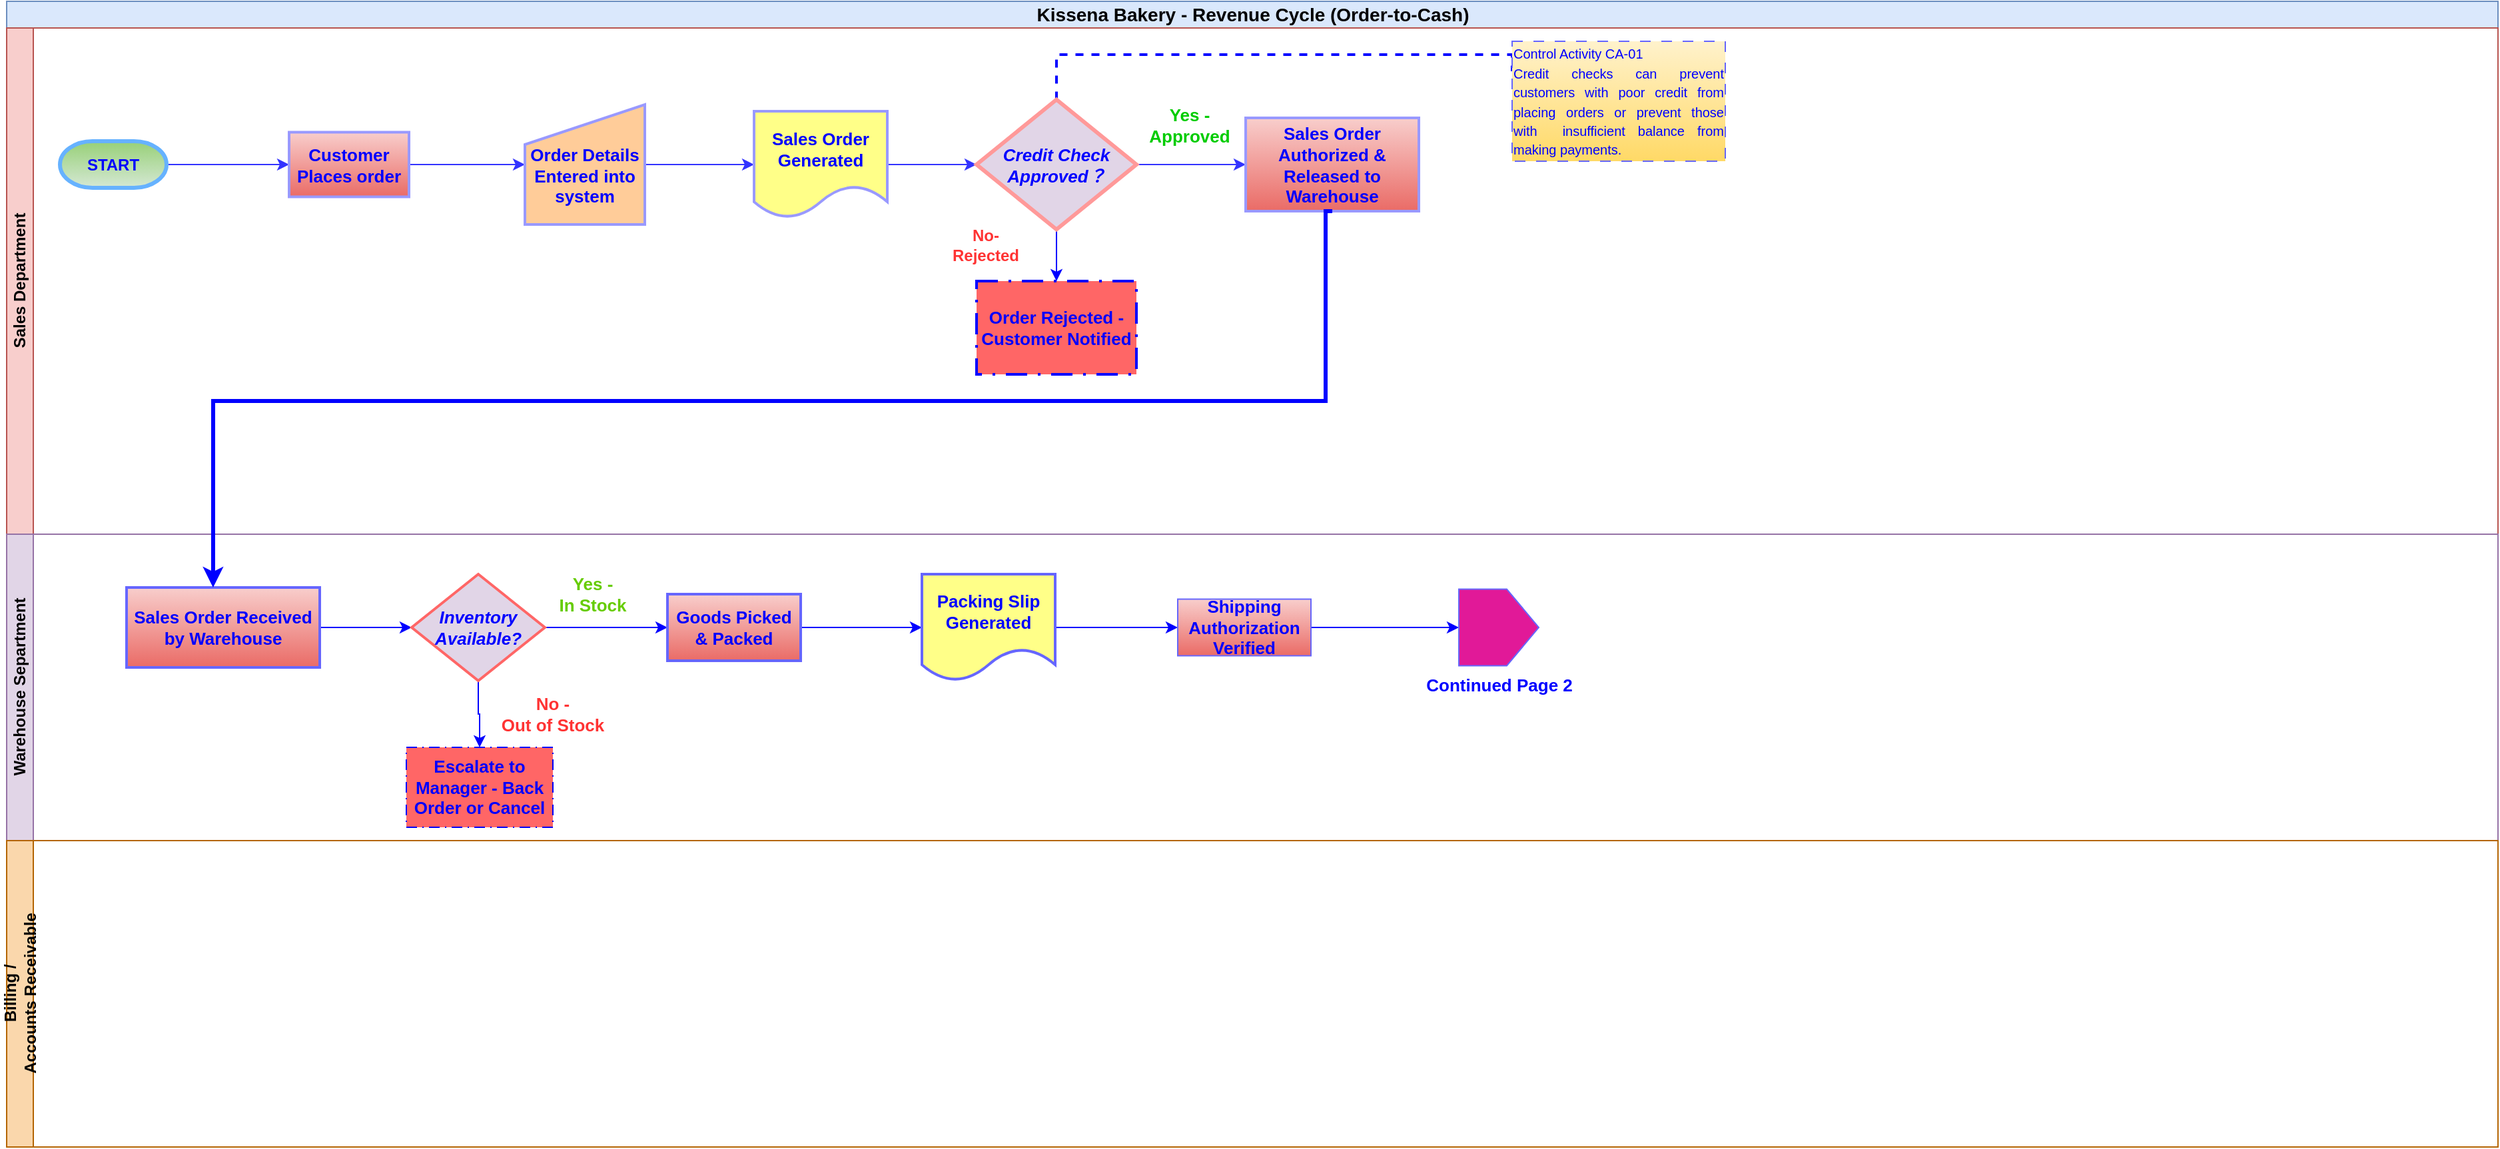
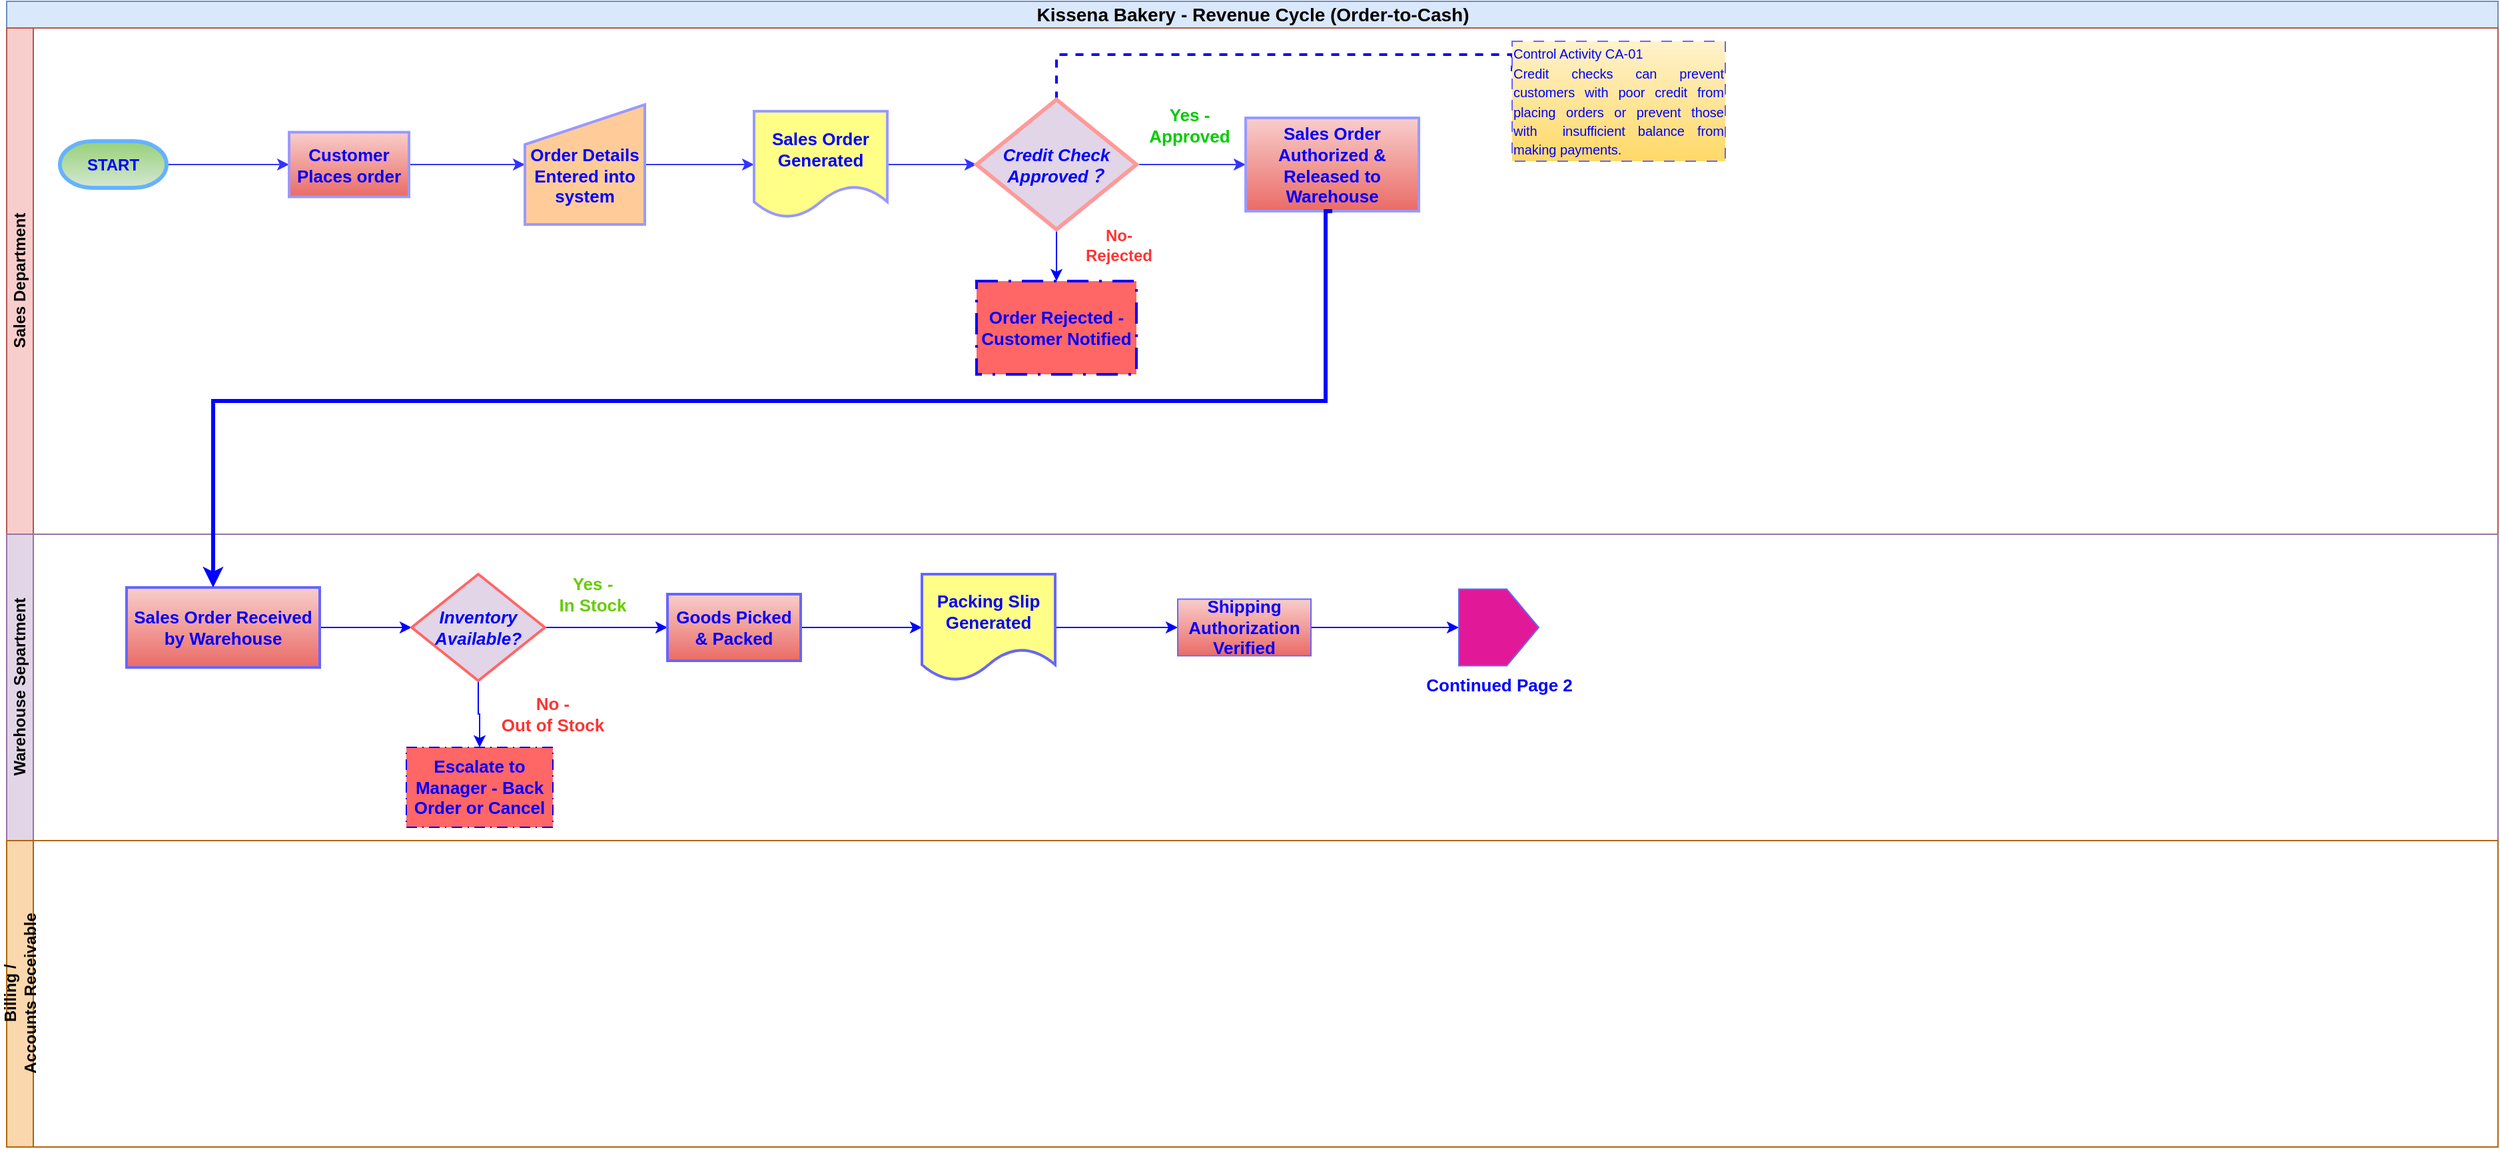
<mxfile host="app.diagrams.net" agent="Mozilla/5.0 (Windows NT 10.0; Win64; x64) AppleWebKit/537.36 (KHTML, like Gecko) Chrome/145.0.0.0 Safari/537.36" version="29.6.3" pages="2">
  <diagram name="Page-1" id="klMabU_GDppZGB9yFFRy">
    <mxGraphModel dx="1161" dy="726" grid="1" gridSize="10" guides="1" tooltips="1" connect="1" arrows="1" fold="1" page="1" pageScale="1" pageWidth="1100" pageHeight="850" math="0" shadow="0">
      <root>
        <mxCell id="0" />
        <mxCell id="1" parent="0" />
        <mxCell id="0vQu63eh7_hz7IOFjZfk-1" parent="1" style="swimlane;childLayout=stackLayout;resizeParent=1;resizeParentMax=0;horizontal=1;startSize=20;horizontalStack=0;html=1;fillColor=#dae8fc;strokeColor=#6c8ebf;" value="&lt;div style=&quot;text-align: start;&quot;&gt;&lt;font style=&quot;font-size: 14px;&quot;&gt;Kissena Bakery - Revenue Cycle (Order-to-Cash)&lt;/font&gt;&lt;/div&gt;" vertex="1">
          <mxGeometry height="20" width="1870" x="80" y="30" as="geometry" />
        </mxCell>
        <mxCell id="0vQu63eh7_hz7IOFjZfk-2" parent="1" style="swimlane;startSize=20;horizontal=0;html=1;fillColor=#f8cecc;strokeColor=#b85450;" value="Sales Department" vertex="1">
          <mxGeometry height="380" width="1870" x="80" y="50" as="geometry">
            <mxRectangle height="30" width="610" y="20" as="alternateBounds" />
          </mxGeometry>
        </mxCell>
        <mxCell id="0vQu63eh7_hz7IOFjZfk-43" edge="1" parent="0vQu63eh7_hz7IOFjZfk-2" source="0vQu63eh7_hz7IOFjZfk-10" style="edgeStyle=orthogonalEdgeStyle;rounded=0;orthogonalLoop=1;jettySize=auto;html=1;exitX=0;exitY=0.5;exitDx=0;exitDy=0;exitPerimeter=0;entryX=0;entryY=0.5;entryDx=0;entryDy=0;strokeColor=#3333FF;" target="0vQu63eh7_hz7IOFjZfk-15">
          <mxGeometry relative="1" as="geometry" />
        </mxCell>
        <mxCell id="0vQu63eh7_hz7IOFjZfk-10" parent="0vQu63eh7_hz7IOFjZfk-2" style="strokeWidth=3;html=1;shape=mxgraph.flowchart.terminator;whiteSpace=wrap;direction=west;fillColor=#d5e8d4;gradientColor=#97d077;strokeColor=#66B2FF;" value="&lt;b&gt;&lt;font style=&quot;color: rgb(0, 0, 255);&quot;&gt;START&lt;/font&gt;&lt;/b&gt;" vertex="1">
          <mxGeometry height="35" width="80" x="40" y="85" as="geometry" />
        </mxCell>
        <mxCell id="46-Umk2mzS9Czotzx1H9-2" edge="1" parent="0vQu63eh7_hz7IOFjZfk-2" source="0vQu63eh7_hz7IOFjZfk-15" style="edgeStyle=orthogonalEdgeStyle;rounded=0;orthogonalLoop=1;jettySize=auto;html=1;exitX=1;exitY=0.5;exitDx=0;exitDy=0;entryX=0;entryY=0.5;entryDx=0;entryDy=0;strokeColor=#3333FF;" target="0vQu63eh7_hz7IOFjZfk-20">
          <mxGeometry relative="1" as="geometry" />
        </mxCell>
        <mxCell id="0vQu63eh7_hz7IOFjZfk-15" parent="0vQu63eh7_hz7IOFjZfk-2" style="html=1;dashed=0;whiteSpace=wrap;strokeWidth=2;fillColor=#f8cecc;strokeColor=#9999FF;gradientColor=#ea6b66;" value="&lt;font style=&quot;font-size: 13px; color: rgb(0, 0, 255);&quot;&gt;&lt;b style=&quot;&quot;&gt;Customer Places order&lt;/b&gt;&lt;/font&gt;" vertex="1">
          <mxGeometry height="48.5" width="90" x="212" y="78.25" as="geometry" />
        </mxCell>
        <mxCell id="46-Umk2mzS9Czotzx1H9-3" edge="1" parent="0vQu63eh7_hz7IOFjZfk-2" source="0vQu63eh7_hz7IOFjZfk-20" style="edgeStyle=orthogonalEdgeStyle;rounded=0;orthogonalLoop=1;jettySize=auto;html=1;exitX=1;exitY=0.5;exitDx=0;exitDy=0;entryX=0;entryY=0.5;entryDx=0;entryDy=0;strokeColor=#3333FF;" target="0vQu63eh7_hz7IOFjZfk-30">
          <mxGeometry relative="1" as="geometry" />
        </mxCell>
        <mxCell id="0vQu63eh7_hz7IOFjZfk-20" parent="0vQu63eh7_hz7IOFjZfk-2" style="shape=manualInput;whiteSpace=wrap;html=1;align=center;fillColor=#ffcc99;strokeColor=#9999FF;strokeWidth=2;" value="&lt;div style=&quot;&quot;&gt;&lt;span style=&quot;background-color: transparent;&quot;&gt;&lt;b style=&quot;&quot;&gt;&lt;font style=&quot;font-size: 13px; color: rgb(0, 0, 255);&quot;&gt;&lt;br&gt;&lt;/font&gt;&lt;/b&gt;&lt;/span&gt;&lt;/div&gt;&lt;div style=&quot;&quot;&gt;&lt;span style=&quot;background-color: transparent;&quot;&gt;&lt;b style=&quot;&quot;&gt;&lt;font style=&quot;font-size: 13px; color: rgb(0, 0, 255);&quot;&gt;Order Details Entered into system&lt;/font&gt;&lt;/b&gt;&lt;/span&gt;&lt;/div&gt;" vertex="1">
          <mxGeometry height="90" width="90" x="389" y="57.5" as="geometry" />
        </mxCell>
        <mxCell id="0vQu63eh7_hz7IOFjZfk-35" edge="1" parent="0vQu63eh7_hz7IOFjZfk-2" style="edgeStyle=orthogonalEdgeStyle;rounded=0;orthogonalLoop=1;jettySize=auto;html=1;exitX=0;exitY=0.5;exitDx=0;exitDy=0;">
          <mxGeometry relative="1" as="geometry">
            <mxPoint x="410" y="105" as="sourcePoint" />
            <mxPoint x="410" y="105" as="targetPoint" />
          </mxGeometry>
        </mxCell>
        <mxCell id="46-Umk2mzS9Czotzx1H9-4" edge="1" parent="0vQu63eh7_hz7IOFjZfk-2" source="0vQu63eh7_hz7IOFjZfk-30" style="edgeStyle=orthogonalEdgeStyle;rounded=0;orthogonalLoop=1;jettySize=auto;html=1;exitX=1;exitY=0.5;exitDx=0;exitDy=0;entryX=0;entryY=0.5;entryDx=0;entryDy=0;strokeColor=#3333FF;" target="0vQu63eh7_hz7IOFjZfk-34">
          <mxGeometry relative="1" as="geometry" />
        </mxCell>
        <mxCell id="0vQu63eh7_hz7IOFjZfk-30" parent="0vQu63eh7_hz7IOFjZfk-2" style="shape=document;whiteSpace=wrap;html=1;boundedLbl=1;strokeWidth=2;fillColor=#ffff88;strokeColor=#9999FF;" value="&lt;font style=&quot;font-size: 13px; color: rgb(0, 0, 255);&quot;&gt;&lt;b&gt;Sales Order Generated&lt;/b&gt;&lt;/font&gt;" vertex="1">
          <mxGeometry height="80" width="100" x="561" y="62.5" as="geometry" />
        </mxCell>
        <mxCell id="pGH0SQg9JUakCyH8bkGQ-28" edge="1" parent="0vQu63eh7_hz7IOFjZfk-2" source="0vQu63eh7_hz7IOFjZfk-34" style="edgeStyle=orthogonalEdgeStyle;rounded=0;orthogonalLoop=1;jettySize=auto;html=1;exitX=0.5;exitY=0;exitDx=0;exitDy=0;entryX=0;entryY=0.25;entryDx=0;entryDy=0;endArrow=none;endFill=0;dashed=1;strokeWidth=2;strokeColor=#0000FF;" target="pGH0SQg9JUakCyH8bkGQ-23">
          <mxGeometry relative="1" as="geometry">
            <Array as="points">
              <mxPoint x="788" y="20" />
              <mxPoint x="1130" y="20" />
            </Array>
          </mxGeometry>
        </mxCell>
        <mxCell id="DywWvH4VDf4e1SjyT3sU-2" edge="1" parent="0vQu63eh7_hz7IOFjZfk-2" source="0vQu63eh7_hz7IOFjZfk-34" style="edgeStyle=orthogonalEdgeStyle;rounded=0;orthogonalLoop=1;jettySize=auto;html=1;exitX=0.5;exitY=1;exitDx=0;exitDy=0;entryX=0.5;entryY=0;entryDx=0;entryDy=0;strokeColor=#0000FF;" target="0vQu63eh7_hz7IOFjZfk-65">
          <mxGeometry relative="1" as="geometry" />
        </mxCell>
        <mxCell id="46-Umk2mzS9Czotzx1H9-5" edge="1" parent="0vQu63eh7_hz7IOFjZfk-2" source="0vQu63eh7_hz7IOFjZfk-34" style="edgeStyle=orthogonalEdgeStyle;rounded=0;orthogonalLoop=1;jettySize=auto;html=1;exitX=1;exitY=0.5;exitDx=0;exitDy=0;entryX=0;entryY=0.5;entryDx=0;entryDy=0;strokeColor=#3333FF;" target="0vQu63eh7_hz7IOFjZfk-67">
          <mxGeometry relative="1" as="geometry" />
        </mxCell>
        <mxCell id="0vQu63eh7_hz7IOFjZfk-34" parent="0vQu63eh7_hz7IOFjZfk-2" style="rhombus;whiteSpace=wrap;html=1;fillColor=#e1d5e7;strokeColor=#FF9999;strokeWidth=3;" value="&lt;font style=&quot;font-size: 13px; color: rgb(0, 0, 255);&quot;&gt;&lt;b&gt;&lt;i&gt;Credit Check Approved？&lt;/i&gt;&lt;/b&gt;&lt;/font&gt;" vertex="1">
          <mxGeometry height="97.5" width="120" x="728" y="53.75" as="geometry" />
        </mxCell>
        <mxCell id="0vQu63eh7_hz7IOFjZfk-60" parent="0vQu63eh7_hz7IOFjZfk-2" style="text;html=1;whiteSpace=wrap;strokeColor=none;fillColor=none;align=center;verticalAlign=middle;rounded=0;fontColor=#00CC00;" value="&lt;font style=&quot;font-size: 13px;&quot;&gt;&lt;b style=&quot;&quot;&gt;Yes - Approved&lt;/b&gt;&lt;/font&gt;" vertex="1">
          <mxGeometry height="30" width="80" x="848" y="57.5" as="geometry" />
        </mxCell>
        <mxCell id="0vQu63eh7_hz7IOFjZfk-65" parent="0vQu63eh7_hz7IOFjZfk-2" style="html=1;dashed=1;whiteSpace=wrap;strokeWidth=2;fillColor=light-dark(#FF6666,#FF3333);strokeColor=#0000FF;fontColor=#ffffff;fontStyle=1;dashPattern=8 4 1 4;" value="&lt;font style=&quot;font-size: 13px; color: rgb(0, 0, 255);&quot;&gt;Order Rejected - Customer Notified&lt;/font&gt;" vertex="1">
          <mxGeometry height="70" width="120" x="728" y="190" as="geometry" />
        </mxCell>
        <mxCell id="0vQu63eh7_hz7IOFjZfk-67" parent="0vQu63eh7_hz7IOFjZfk-2" style="html=1;dashed=0;whiteSpace=wrap;fillColor=#f8cecc;gradientColor=#ea6b66;strokeColor=#9999FF;strokeWidth=2;" value="&lt;font style=&quot;font-size: 13px; color: rgb(0, 0, 255);&quot;&gt;&lt;b&gt;Sales Order Authorized &amp;amp; Released to Warehouse&lt;/b&gt;&lt;/font&gt;" vertex="1">
          <mxGeometry height="70" width="130" x="930" y="67.5" as="geometry" />
        </mxCell>
        <mxCell id="pGH0SQg9JUakCyH8bkGQ-23" parent="0vQu63eh7_hz7IOFjZfk-2" style="html=1;dashed=1;whiteSpace=wrap;dashPattern=8 8;fillColor=#fff2cc;gradientColor=#ffd966;strokeColor=light-dark(#6666FF,#6D5100);strokeWidth=1;" value="&lt;div style=&quot;text-align: justify;&quot;&gt;&lt;span style=&quot;font-size: 10px; background-color: transparent;&quot;&gt;&lt;font style=&quot;color: rgb(0, 0, 255);&quot;&gt;Control Activity&amp;nbsp;CA-01&lt;/font&gt;&lt;/span&gt;&lt;/div&gt;&lt;font style=&quot;color: rgb(0, 0, 255);&quot;&gt;&lt;div style=&quot;text-align: justify;&quot;&gt;&lt;span style=&quot;font-size: 10px; background-color: transparent;&quot;&gt;Credit checks can prevent customers with poor credit from placing orders or prevent those with&amp;nbsp; insufficient balance from making payments.&lt;/span&gt;&lt;/div&gt;&lt;/font&gt;" vertex="1">
          <mxGeometry height="90" width="160" x="1130" y="10" as="geometry" />
        </mxCell>
        <mxCell id="DywWvH4VDf4e1SjyT3sU-3" parent="0vQu63eh7_hz7IOFjZfk-2" style="text;html=1;whiteSpace=wrap;strokeColor=none;fillColor=none;align=center;verticalAlign=middle;rounded=0;fontSize=12;fontStyle=1;fontColor=#FF3333;" value="&lt;span&gt;&lt;font style=&quot;&quot;&gt;No-Rejected&lt;/font&gt;&lt;/span&gt;" vertex="1">
-           <mxGeometry height="30" width="70" x="700" y="147.5" as="geometry" />
+           <mxGeometry height="30" width="70" x="800" y="147.5" as="geometry" />
        </mxCell>
        <mxCell id="0vQu63eh7_hz7IOFjZfk-3" parent="1" style="swimlane;startSize=20;horizontal=0;html=1;fillColor=#e1d5e7;strokeColor=#9673a6;" value="Warehouse Separtment" vertex="1">
          <mxGeometry height="230" width="1870" x="80" y="430" as="geometry" />
        </mxCell>
        <mxCell id="pGH0SQg9JUakCyH8bkGQ-32" edge="1" parent="0vQu63eh7_hz7IOFjZfk-3" source="0vQu63eh7_hz7IOFjZfk-73" style="edgeStyle=orthogonalEdgeStyle;rounded=0;orthogonalLoop=1;jettySize=auto;html=1;exitX=1;exitY=0.5;exitDx=0;exitDy=0;entryX=0;entryY=0.5;entryDx=0;entryDy=0;strokeColor=#0000FF;" target="0vQu63eh7_hz7IOFjZfk-92">
          <mxGeometry relative="1" as="geometry" />
        </mxCell>
        <mxCell id="0vQu63eh7_hz7IOFjZfk-73" parent="0vQu63eh7_hz7IOFjZfk-3" style="html=1;dashed=0;whiteSpace=wrap;fillColor=#f8cecc;gradientColor=#ea6b66;strokeColor=#6666FF;strokeWidth=2;" value="&lt;font style=&quot;font-size: 13px; color: rgb(0, 0, 255);&quot;&gt;&lt;b&gt;Sales Order Received by Warehouse&lt;/b&gt;&lt;/font&gt;" vertex="1">
          <mxGeometry height="60" width="145" x="90" y="40" as="geometry" />
        </mxCell>
        <mxCell id="pGH0SQg9JUakCyH8bkGQ-31" edge="1" parent="0vQu63eh7_hz7IOFjZfk-3" source="0vQu63eh7_hz7IOFjZfk-92" style="edgeStyle=orthogonalEdgeStyle;rounded=0;orthogonalLoop=1;jettySize=auto;html=1;exitX=1;exitY=0.5;exitDx=0;exitDy=0;entryX=0;entryY=0.5;entryDx=0;entryDy=0;strokeColor=#0000FF;" target="0vQu63eh7_hz7IOFjZfk-106">
          <mxGeometry relative="1" as="geometry" />
        </mxCell>
        <mxCell id="pGH0SQg9JUakCyH8bkGQ-34" edge="1" parent="0vQu63eh7_hz7IOFjZfk-3" source="0vQu63eh7_hz7IOFjZfk-92" style="edgeStyle=orthogonalEdgeStyle;rounded=0;orthogonalLoop=1;jettySize=auto;html=1;exitX=0.5;exitY=1;exitDx=0;exitDy=0;entryX=0.5;entryY=0;entryDx=0;entryDy=0;strokeColor=#0000FF;" target="0vQu63eh7_hz7IOFjZfk-96">
          <mxGeometry relative="1" as="geometry" />
        </mxCell>
        <mxCell id="0vQu63eh7_hz7IOFjZfk-92" parent="0vQu63eh7_hz7IOFjZfk-3" style="rhombus;whiteSpace=wrap;html=1;fillColor=#e1d5e7;strokeColor=light-dark(#FF6666,#FF3333);strokeWidth=2;" value="&lt;font style=&quot;font-size: 13px; color: rgb(0, 0, 255);&quot;&gt;&lt;b&gt;&lt;i&gt;Inventory Available?&lt;/i&gt;&lt;/b&gt;&lt;/font&gt;" vertex="1">
          <mxGeometry height="80" width="100" x="304" y="30" as="geometry" />
        </mxCell>
        <mxCell id="0vQu63eh7_hz7IOFjZfk-96" parent="0vQu63eh7_hz7IOFjZfk-3" style="html=1;dashed=1;whiteSpace=wrap;fillColor=#FF6666;strokeColor=#0000FF;fontColor=#ffffff;dashPattern=8 4 1 4;" value="&lt;b&gt;&lt;font style=&quot;font-size: 13px; color: rgb(0, 0, 255);&quot;&gt;Escalate to Manager - Back Order or Cancel&lt;/font&gt;&lt;/b&gt;" vertex="1">
          <mxGeometry height="60" width="110" x="300" y="160" as="geometry" />
        </mxCell>
        <mxCell id="46-Umk2mzS9Czotzx1H9-6" edge="1" parent="0vQu63eh7_hz7IOFjZfk-3" source="0vQu63eh7_hz7IOFjZfk-106" style="edgeStyle=orthogonalEdgeStyle;rounded=0;orthogonalLoop=1;jettySize=auto;html=1;exitX=1;exitY=0.5;exitDx=0;exitDy=0;entryX=0;entryY=0.5;entryDx=0;entryDy=0;strokeColor=#0000FF;" target="0vQu63eh7_hz7IOFjZfk-110">
          <mxGeometry relative="1" as="geometry" />
        </mxCell>
        <mxCell id="0vQu63eh7_hz7IOFjZfk-106" parent="0vQu63eh7_hz7IOFjZfk-3" style="html=1;dashed=0;whiteSpace=wrap;strokeWidth=2;fillColor=#f8cecc;gradientColor=#ea6b66;strokeColor=#6666FF;" value="&lt;font style=&quot;font-size: 13px; color: rgb(0, 0, 255);&quot;&gt;&lt;b&gt;Goods Picked &amp;amp; Packed&lt;/b&gt;&lt;/font&gt;" vertex="1">
          <mxGeometry height="50" width="100" x="496" y="45" as="geometry" />
        </mxCell>
        <mxCell id="46-Umk2mzS9Czotzx1H9-8" edge="1" parent="0vQu63eh7_hz7IOFjZfk-3" source="0vQu63eh7_hz7IOFjZfk-110" style="edgeStyle=orthogonalEdgeStyle;rounded=0;orthogonalLoop=1;jettySize=auto;html=1;exitX=1;exitY=0.5;exitDx=0;exitDy=0;entryX=0;entryY=0.5;entryDx=0;entryDy=0;strokeColor=#0000FF;" target="0vQu63eh7_hz7IOFjZfk-112">
          <mxGeometry relative="1" as="geometry" />
        </mxCell>
        <mxCell id="0vQu63eh7_hz7IOFjZfk-110" parent="0vQu63eh7_hz7IOFjZfk-3" style="shape=document;whiteSpace=wrap;html=1;boundedLbl=1;strokeWidth=2;fillColor=#ffff88;strokeColor=#6666FF;" value="&lt;font style=&quot;font-size: 13px; color: rgb(0, 0, 255);&quot;&gt;&lt;b&gt;Packing Slip Generated&lt;/b&gt;&lt;/font&gt;" vertex="1">
          <mxGeometry height="80" width="100" x="687" y="30" as="geometry" />
        </mxCell>
        <mxCell id="46-Umk2mzS9Czotzx1H9-9" edge="1" parent="0vQu63eh7_hz7IOFjZfk-3" source="0vQu63eh7_hz7IOFjZfk-112" style="edgeStyle=orthogonalEdgeStyle;rounded=0;orthogonalLoop=1;jettySize=auto;html=1;exitX=1;exitY=0.5;exitDx=0;exitDy=0;entryX=0.5;entryY=0;entryDx=0;entryDy=0;strokeColor=#0000FF;" target="0vQu63eh7_hz7IOFjZfk-126">
          <mxGeometry relative="1" as="geometry" />
        </mxCell>
        <mxCell id="0vQu63eh7_hz7IOFjZfk-112" parent="0vQu63eh7_hz7IOFjZfk-3" style="html=1;dashed=0;whiteSpace=wrap;strokeColor=#6666FF;fillColor=#f8cecc;gradientColor=#ea6b66;fontStyle=1" value="&lt;font style=&quot;font-size: 13px; color: rgb(0, 0, 255);&quot;&gt;Shipping Authorization Verified&lt;/font&gt;" vertex="1">
          <mxGeometry height="42.5" width="100" x="879" y="48.75" as="geometry" />
        </mxCell>
        <mxCell id="0vQu63eh7_hz7IOFjZfk-98" parent="0vQu63eh7_hz7IOFjZfk-3" style="text;html=1;whiteSpace=wrap;strokeColor=none;fillColor=none;align=center;verticalAlign=middle;rounded=0;fontColor=#FF3333;" value="&lt;font style=&quot;font-size: 13px;&quot;&gt;&lt;b&gt;No - &lt;br&gt;Out of Stock&lt;/b&gt;&lt;/font&gt;" vertex="1">
          <mxGeometry height="30" width="80" x="370" y="120" as="geometry" />
        </mxCell>
        <mxCell id="0vQu63eh7_hz7IOFjZfk-126" parent="0vQu63eh7_hz7IOFjZfk-3" style="verticalLabelPosition=bottom;verticalAlign=top;html=1;shape=offPageConnector;rounded=0;size=0.4;fillColor=light-dark(#e11998, #ededed);direction=north;strokeColor=#6666FF;" value="&lt;font style=&quot;font-size: 13px; color: rgb(0, 0, 255);&quot;&gt;&lt;b&gt;Continued Page 2&lt;/b&gt;&lt;/font&gt;" vertex="1">
          <mxGeometry height="57.5" width="60" x="1090" y="41.25" as="geometry" />
        </mxCell>
        <mxCell id="0vQu63eh7_hz7IOFjZfk-86" edge="1" parent="1" source="0vQu63eh7_hz7IOFjZfk-67" style="edgeStyle=orthogonalEdgeStyle;rounded=0;orthogonalLoop=1;jettySize=auto;html=1;exitX=0.5;exitY=1;exitDx=0;exitDy=0;entryX=0.448;entryY=0;entryDx=0;entryDy=0;entryPerimeter=0;fontColor=#0000CC;strokeColor=#0000FF;strokeWidth=3;" target="0vQu63eh7_hz7IOFjZfk-73">
          <mxGeometry relative="1" as="geometry">
            <Array as="points">
              <mxPoint x="1070" y="187" />
              <mxPoint x="1070" y="330" />
              <mxPoint x="235" y="330" />
            </Array>
          </mxGeometry>
        </mxCell>
        <mxCell id="0vQu63eh7_hz7IOFjZfk-4" parent="1" style="swimlane;startSize=20;horizontal=0;html=1;fillColor=#fad7ac;strokeColor=#b46504;" value="Billing /&lt;br&gt;Accounts Receivable" vertex="1">
          <mxGeometry height="230" width="1870" x="80" y="660" as="geometry">
            <mxRectangle height="30" width="500" y="310" as="alternateBounds" />
          </mxGeometry>
        </mxCell>
        <mxCell id="46-Umk2mzS9Czotzx1H9-12" parent="1" style="text;html=1;whiteSpace=wrap;strokeColor=none;fillColor=none;align=center;verticalAlign=middle;rounded=0;" value="&lt;b style=&quot;color: rgb(102, 204, 0);&quot;&gt;&lt;font style=&quot;font-size: 13px;&quot;&gt;Yes -&lt;br&gt;In Stock&lt;/font&gt;&lt;/b&gt;" vertex="1">
          <mxGeometry height="30" width="80" x="480" y="460" as="geometry" />
        </mxCell>
      </root>
    </mxGraphModel>
  </diagram>
  <diagram id="ZDdy4ylPSpOC2Ge6VpiW" name="Page-2">
    <mxGraphModel dx="1103" dy="690" grid="1" gridSize="10" guides="1" tooltips="1" connect="1" arrows="1" fold="1" page="1" pageScale="1" pageWidth="1100" pageHeight="850" math="0" shadow="0">
      <root>
        <mxCell id="0" />
        <mxCell id="1" parent="0" />
        <mxCell id="_GW_QHAqRueJzuYdTQVs-1" parent="1" style="swimlane;startSize=20;horizontal=0;html=1;fillColor=#e1d5e7;strokeColor=#9673a6;" value="Warehouse Separtment" vertex="1">
          <mxGeometry height="270" width="1330" x="110" y="150" as="geometry" />
        </mxCell>
        <mxCell id="NPzT6j0T7aDQ1cg_r_by-1" edge="1" parent="_GW_QHAqRueJzuYdTQVs-1" source="_GW_QHAqRueJzuYdTQVs-14" style="edgeStyle=orthogonalEdgeStyle;rounded=0;orthogonalLoop=1;jettySize=auto;html=1;exitX=0.5;exitY=1;exitDx=0;exitDy=0;entryX=0;entryY=0.5;entryDx=0;entryDy=0;strokeColor=#0000FF;" target="JTW380UVqBL9k5zzlviH-1">
          <mxGeometry relative="1" as="geometry" />
        </mxCell>
        <mxCell id="_GW_QHAqRueJzuYdTQVs-14" parent="_GW_QHAqRueJzuYdTQVs-1" style="verticalLabelPosition=bottom;verticalAlign=top;html=1;shape=offPageConnector;rounded=0;size=0.36363636363636365;fillColor=light-dark(#e11998, #ededed);direction=north;strokeColor=#6666FF;" value="&lt;font style=&quot;font-size: 13px; color: rgb(0, 0, 255);&quot;&gt;&lt;b&gt;Continued Page 2&lt;/b&gt;&lt;/font&gt;" vertex="1">
          <mxGeometry height="60" width="70" x="70" y="70" as="geometry" />
        </mxCell>
        <mxCell id="JTW380UVqBL9k5zzlviH-1" parent="_GW_QHAqRueJzuYdTQVs-1" style="html=1;dashed=0;whiteSpace=wrap;fillColor=#f8cecc;gradientColor=#ea6b66;strokeColor=#6666FF;" value="&lt;font style=&quot;font-size: 13px; color: rgb(0, 0, 255);&quot;&gt;&lt;b&gt;Goods Dispatched to Customer&lt;/b&gt;&lt;/font&gt;" vertex="1">
          <mxGeometry height="50" width="100" x="220" y="75" as="geometry" />
        </mxCell>
        <mxCell id="VSqCA1LAcqbEIX1a-AIG-1" parent="1" style="swimlane;startSize=20;horizontal=0;html=1;whiteSpace=wrap;fillColor=#ffcc99;strokeColor=#36393d;" value="&lt;span style=&quot;text-wrap-mode: nowrap;&quot;&gt;Billing /&lt;/span&gt;&lt;br style=&quot;text-wrap-mode: nowrap;&quot;&gt;&lt;span style=&quot;text-wrap-mode: nowrap;&quot;&gt;Accounts Receivable&lt;/span&gt;" vertex="1">
          <mxGeometry height="170" width="1330" x="110" y="420" as="geometry" />
        </mxCell>
        <mxCell id="KsxiR5SY5I83CpnIQ7mC-4" edge="1" parent="VSqCA1LAcqbEIX1a-AIG-1" source="2IOCe_ZcG10jMQKezpJ2-1" style="edgeStyle=orthogonalEdgeStyle;rounded=0;orthogonalLoop=1;jettySize=auto;html=1;exitX=1;exitY=0.5;exitDx=0;exitDy=0;entryX=0;entryY=0.5;entryDx=0;entryDy=0;strokeColor=#0000FF;" target="2IOCe_ZcG10jMQKezpJ2-2">
          <mxGeometry relative="1" as="geometry" />
        </mxCell>
        <mxCell id="2IOCe_ZcG10jMQKezpJ2-1" parent="VSqCA1LAcqbEIX1a-AIG-1" style="html=1;dashed=0;whiteSpace=wrap;strokeWidth=2;fillColor=#f8cecc;gradientColor=#ea6b66;strokeColor=#6666FF;" value="&lt;b&gt;&lt;font style=&quot;font-size: 13px; color: rgb(0, 0, 255);&quot;&gt;Dispatch Confirmation Received&lt;/font&gt;&lt;/b&gt;" vertex="1">
          <mxGeometry height="50" width="100" x="50" y="50" as="geometry" />
        </mxCell>
        <mxCell id="KsxiR5SY5I83CpnIQ7mC-5" edge="1" parent="VSqCA1LAcqbEIX1a-AIG-1" source="2IOCe_ZcG10jMQKezpJ2-2" style="edgeStyle=orthogonalEdgeStyle;rounded=0;orthogonalLoop=1;jettySize=auto;html=1;exitX=1;exitY=0.5;exitDx=0;exitDy=0;entryX=0;entryY=0.5;entryDx=0;entryDy=0;strokeColor=#0000FF;" target="dAGMuh-EUK1Y8pTE6-PC-2">
          <mxGeometry relative="1" as="geometry" />
        </mxCell>
        <mxCell id="2IOCe_ZcG10jMQKezpJ2-2" parent="VSqCA1LAcqbEIX1a-AIG-1" style="shape=document;whiteSpace=wrap;html=1;boundedLbl=1;fillColor=#ffff88;strokeColor=#6666FF;strokeWidth=2;" value="&lt;font style=&quot;font-size: 13px; color: rgb(0, 0, 255);&quot;&gt;&lt;b&gt;Invoice Generated &amp;amp; Sent to Customer&lt;/b&gt;&lt;/font&gt;" vertex="1">
          <mxGeometry height="80" width="120" x="229" y="35" as="geometry" />
        </mxCell>
        <mxCell id="KsxiR5SY5I83CpnIQ7mC-6" edge="1" parent="VSqCA1LAcqbEIX1a-AIG-1" source="dAGMuh-EUK1Y8pTE6-PC-2" style="edgeStyle=orthogonalEdgeStyle;rounded=0;orthogonalLoop=1;jettySize=auto;html=1;exitX=1;exitY=0.5;exitDx=0;exitDy=0;entryX=0;entryY=0.5;entryDx=0;entryDy=0;strokeColor=#0000FF;" target="dAGMuh-EUK1Y8pTE6-PC-4">
          <mxGeometry relative="1" as="geometry" />
        </mxCell>
        <mxCell id="dAGMuh-EUK1Y8pTE6-PC-2" parent="VSqCA1LAcqbEIX1a-AIG-1" style="html=1;dashed=0;whiteSpace=wrap;strokeWidth=2;fillColor=#f8cecc;gradientColor=#ea6b66;strokeColor=#6666FF;" value="&lt;b&gt;&lt;font style=&quot;font-size: 13px; color: rgb(0, 0, 255);&quot;&gt;Payment Received from Customer&lt;/font&gt;&lt;/b&gt;" vertex="1">
          <mxGeometry height="50" width="110" x="423" y="50" as="geometry" />
        </mxCell>
        <mxCell id="KsxiR5SY5I83CpnIQ7mC-8" edge="1" parent="VSqCA1LAcqbEIX1a-AIG-1" source="dAGMuh-EUK1Y8pTE6-PC-4" style="edgeStyle=orthogonalEdgeStyle;rounded=0;orthogonalLoop=1;jettySize=auto;html=1;exitX=1;exitY=0.5;exitDx=0;exitDy=0;entryX=0;entryY=0.5;entryDx=0;entryDy=0;strokeColor=#0000FF;" target="dAGMuh-EUK1Y8pTE6-PC-6">
          <mxGeometry relative="1" as="geometry" />
        </mxCell>
        <mxCell id="dAGMuh-EUK1Y8pTE6-PC-4" parent="VSqCA1LAcqbEIX1a-AIG-1" style="shape=document;whiteSpace=wrap;html=1;boundedLbl=1;fillColor=#ffff88;strokeColor=#6666FF;strokeWidth=2;" value="&lt;font style=&quot;font-size: 13px; color: rgb(0, 0, 255);&quot;&gt;&lt;b&gt;Remittance Advice Recorded&lt;/b&gt;&lt;/font&gt;" vertex="1">
          <mxGeometry height="75" width="110" x="611" y="37.5" as="geometry" />
        </mxCell>
        <mxCell id="dAGMuh-EUK1Y8pTE6-PC-6" parent="VSqCA1LAcqbEIX1a-AIG-1" style="html=1;dashed=0;whiteSpace=wrap;strokeWidth=2;fillColor=#f8cecc;gradientColor=#ea6b66;strokeColor=#6666FF;" value="&lt;b&gt;&lt;font style=&quot;font-size: 13px; color: rgb(0, 0, 255);&quot;&gt;Cash Posted to Accounts Receivable&lt;/font&gt;&lt;/b&gt;" vertex="1">
          <mxGeometry height="50" width="110" x="800" y="50" as="geometry" />
        </mxCell>
        <mxCell id="dAGMuh-EUK1Y8pTE6-PC-8" parent="VSqCA1LAcqbEIX1a-AIG-1" style="strokeWidth=2;html=1;shape=mxgraph.flowchart.terminator;whiteSpace=wrap;fillColor=#d5e8d4;gradientColor=#97d077;strokeColor=#66B2FF;" value="&lt;font style=&quot;font-size: 13px; color: rgb(0, 0, 255);&quot;&gt;&lt;b&gt;END&lt;/b&gt;&lt;/font&gt;" vertex="1">
          <mxGeometry height="45" width="90" x="980" y="50" as="geometry" />
        </mxCell>
        <mxCell id="KsxiR5SY5I83CpnIQ7mC-10" edge="1" parent="VSqCA1LAcqbEIX1a-AIG-1" source="dAGMuh-EUK1Y8pTE6-PC-6" style="edgeStyle=orthogonalEdgeStyle;rounded=0;orthogonalLoop=1;jettySize=auto;html=1;exitX=1;exitY=0.5;exitDx=0;exitDy=0;entryX=0.111;entryY=0.556;entryDx=0;entryDy=0;entryPerimeter=0;strokeColor=#0000FF;" target="dAGMuh-EUK1Y8pTE6-PC-8">
          <mxGeometry relative="1" as="geometry" />
        </mxCell>
        <mxCell id="dAGMuh-EUK1Y8pTE6-PC-10" edge="1" parent="1" source="JTW380UVqBL9k5zzlviH-1" style="edgeStyle=orthogonalEdgeStyle;rounded=0;orthogonalLoop=1;jettySize=auto;html=1;exitX=0.5;exitY=1;exitDx=0;exitDy=0;entryX=0.5;entryY=0;entryDx=0;entryDy=0;strokeColor=#0000FF;strokeWidth=3;" target="2IOCe_ZcG10jMQKezpJ2-1">
          <mxGeometry relative="1" as="geometry" />
        </mxCell>
      </root>
    </mxGraphModel>
  </diagram>
</mxfile>
